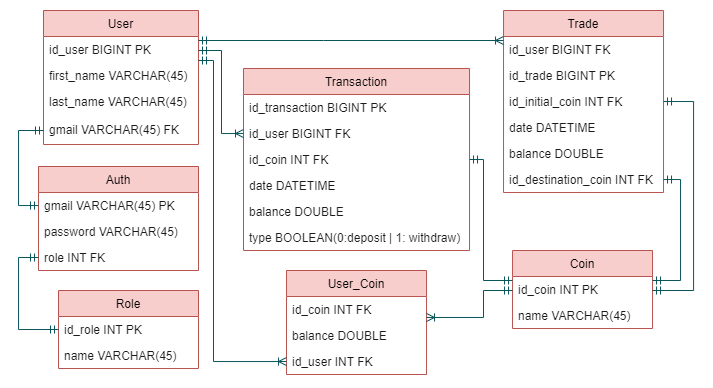
Above: Diagramas/Diagrama Entidad-Relación.png in LeoGrigoriadis/Proyecto-Final-Java (draw.io), before the change. Source tidied: cells renumbered, new cells last; positions are measured from the earlier drawing's top-left corner, leaving out a move shared by most shapes.
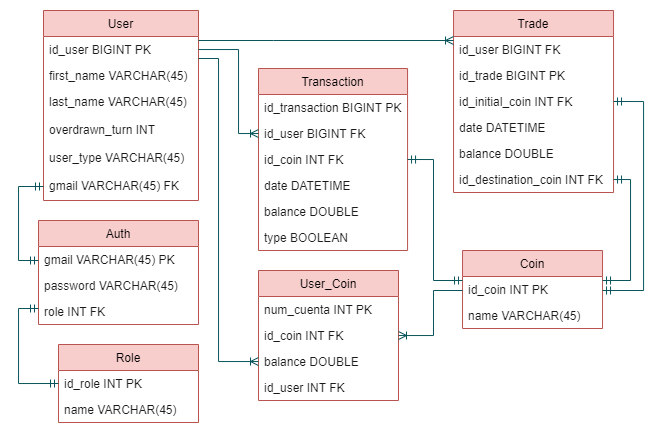
After the change.

Commit message:
Cambio final en el Diagrama Entidad-Relación

atributos nuevos en Entidad User y User_Coin

Diff of the diagram source:
```diff
@@ -3,7 +3,7 @@
     <mxCell id="0" />
     <mxCell id="1" parent="0" />
     <mxCell id="2" value="Auth" style="swimlane;fontStyle=0;horizontal=1;startSize=26;fillColor=#f8cecc;strokeColor=#b85450;swimlaneFillColor=default;" parent="1" vertex="1">
-      <mxGeometry x="20" y="156" width="160" height="104" as="geometry" />
+      <mxGeometry x="70" y="210" width="160" height="104" as="geometry" />
     </mxCell>
     <mxCell id="3" value="gmail VARCHAR(45) PK" style="text;strokeColor=none;fillColor=none;align=left;verticalAlign=top;spacingLeft=4;spacingRight=4;overflow=hidden;points=[[0,0.5],[1,0.5]];portConstraint=eastwest;fontColor=#1A1A1A;" parent="2" vertex="1">
       <mxGeometry y="26" width="160" height="26" as="geometry" />
@@ -15,7 +15,7 @@
       <mxGeometry y="78" width="160" height="26" as="geometry" />
     </mxCell>
     <mxCell id="6" value="Role" style="swimlane;fontStyle=0;horizontal=1;startSize=26;fillColor=#f8cecc;strokeColor=#b85450;swimlaneFillColor=default;" parent="1" vertex="1">
-      <mxGeometry x="40" y="280" width="140" height="78" as="geometry" />
+      <mxGeometry x="90" y="334" width="140" height="78" as="geometry" />
     </mxCell>
     <mxCell id="7" value="id_role INT PK" style="text;strokeColor=none;fillColor=none;align=left;verticalAlign=top;spacingLeft=4;spacingRight=4;overflow=hidden;points=[[0,0.5],[1,0.5]];portConstraint=eastwest;fontColor=#1A1A1A;" parent="6" vertex="1">
       <mxGeometry y="26" width="140" height="26" as="geometry" />
@@ -24,7 +24,7 @@
       <mxGeometry y="52" width="140" height="26" as="geometry" />
     </mxCell>
     <mxCell id="9" value="User" style="swimlane;fontStyle=0;horizontal=1;startSize=26;fillColor=#f8cecc;strokeColor=#b85450;swimlaneFillColor=default;" parent="1" vertex="1">
-      <mxGeometry x="25" width="155" height="134" as="geometry" />
+      <mxGeometry x="75" width="155" height="190" as="geometry" />
     </mxCell>
     <mxCell id="10" value="id_user BIGINT PK" style="text;strokeColor=none;fillColor=none;align=left;verticalAlign=top;spacingLeft=4;spacingRight=4;overflow=hidden;points=[[0,0.5],[1,0.5]];portConstraint=eastwest;fontColor=#1A1A1A;" parent="9" vertex="1">
       <mxGeometry y="26" width="155" height="26" as="geometry" />
@@ -35,8 +35,14 @@
     <mxCell id="12" value="last_name VARCHAR(45)" style="text;strokeColor=none;fillColor=none;align=left;verticalAlign=top;spacingLeft=4;spacingRight=4;overflow=hidden;fontColor=#1A1A1A;" parent="9" vertex="1">
       <mxGeometry y="78" width="155" height="28" as="geometry" />
     </mxCell>
+    <mxCell id="44" value="overdrawn_turn INT " style="text;strokeColor=none;fillColor=none;align=left;verticalAlign=top;spacingLeft=4;spacingRight=4;overflow=hidden;fontColor=#1A1A1A;" parent="9" vertex="1">
+      <mxGeometry y="106" width="155" height="28" as="geometry" />
+    </mxCell>
+    <mxCell id="45" value="user_type VARCHAR(45)" style="text;strokeColor=none;fillColor=none;align=left;verticalAlign=top;spacingLeft=4;spacingRight=4;overflow=hidden;fontColor=#1A1A1A;" parent="9" vertex="1">
+      <mxGeometry y="134" width="155" height="28" as="geometry" />
+    </mxCell>
     <mxCell id="13" value="gmail VARCHAR(45) FK" style="text;strokeColor=none;fillColor=none;align=left;verticalAlign=top;spacingLeft=4;spacingRight=4;overflow=hidden;points=[[0,0.5],[1,0.5]];portConstraint=eastwest;fontColor=#1A1A1A;" parent="9" vertex="1">
-      <mxGeometry y="106" width="155" height="28" as="geometry" />
+      <mxGeometry y="162" width="155" height="28" as="geometry" />
     </mxCell>
     <mxCell id="14" value="Coin" style="swimlane;fontStyle=0;horizontal=1;startSize=26;fillColor=#f8cecc;strokeColor=#b85450;swimlaneFillColor=default;" parent="1" vertex="1">
       <mxGeometry x="494" y="240" width="140" height="78" as="geometry" />
@@ -48,37 +54,40 @@
       <mxGeometry y="52" width="140" height="26" as="geometry" />
     </mxCell>
     <mxCell id="17" value="Transaction" style="swimlane;fontStyle=0;horizontal=1;startSize=26;fillColor=#f8cecc;strokeColor=#b85450;swimlaneFillColor=default;" parent="1" vertex="1">
-      <mxGeometry x="225" y="58" width="226" height="182" as="geometry" />
+      <mxGeometry x="290" y="58" width="149.1" height="182" as="geometry" />
     </mxCell>
     <mxCell id="18" value="id_transaction BIGINT PK" style="text;strokeColor=none;fillColor=none;align=left;verticalAlign=top;spacingLeft=4;spacingRight=4;overflow=hidden;fontColor=#1A1A1A;" parent="17" vertex="1">
-      <mxGeometry y="26" width="226" height="26" as="geometry" />
+      <mxGeometry y="26" width="149.1" height="26" as="geometry" />
     </mxCell>
     <mxCell id="19" value="id_user BIGINT FK" style="text;strokeColor=none;fillColor=none;align=left;verticalAlign=top;spacingLeft=4;spacingRight=4;overflow=hidden;points=[[0,0.5],[1,0.5]];portConstraint=eastwest;fontColor=#1A1A1A;" parent="17" vertex="1">
-      <mxGeometry y="52" width="226" height="26" as="geometry" />
+      <mxGeometry y="52" width="149.1" height="26" as="geometry" />
     </mxCell>
     <mxCell id="20" value="id_coin INT FK" style="text;strokeColor=none;fillColor=none;align=left;verticalAlign=top;spacingLeft=4;spacingRight=4;overflow=hidden;points=[[0,0.5],[1,0.5]];portConstraint=eastwest;fontColor=#1A1A1A;" parent="17" vertex="1">
-      <mxGeometry y="78" width="226" height="26" as="geometry" />
+      <mxGeometry y="78" width="149.1" height="26" as="geometry" />
     </mxCell>
     <mxCell id="21" value="date DATETIME" style="text;strokeColor=none;fillColor=none;align=left;verticalAlign=top;spacingLeft=4;spacingRight=4;overflow=hidden;fontColor=#1A1A1A;" parent="17" vertex="1">
-      <mxGeometry y="104" width="226" height="26" as="geometry" />
+      <mxGeometry y="104" width="149.1" height="26" as="geometry" />
     </mxCell>
     <mxCell id="22" value="balance DOUBLE" style="text;strokeColor=none;fillColor=none;align=left;verticalAlign=top;spacingLeft=4;spacingRight=4;overflow=hidden;fontColor=#1A1A1A;" parent="17" vertex="1">
-      <mxGeometry y="130" width="226" height="26" as="geometry" />
+      <mxGeometry y="130" width="149.1" height="26" as="geometry" />
     </mxCell>
-    <mxCell id="23" value="type BOOLEAN(0:deposit | 1: withdraw)" style="text;strokeColor=none;fillColor=none;align=left;verticalAlign=top;spacingLeft=4;spacingRight=4;overflow=hidden;fontColor=#1A1A1A;" parent="17" vertex="1">
-      <mxGeometry y="156" width="226" height="26" as="geometry" />
+    <mxCell id="23" value="type BOOLEAN " style="text;strokeColor=none;fillColor=none;align=left;verticalAlign=top;spacingLeft=4;spacingRight=4;overflow=hidden;fontColor=#1A1A1A;" parent="17" vertex="1">
+      <mxGeometry y="156" width="149.1" height="26" as="geometry" />
     </mxCell>
     <mxCell id="24" value="User_Coin" style="swimlane;fontStyle=0;horizontal=1;startSize=26;fillColor=#f8cecc;strokeColor=#b85450;swimlaneFillColor=default;" parent="1" vertex="1">
-      <mxGeometry x="268" y="260" width="140" height="104" as="geometry" />
+      <mxGeometry x="290" y="260" width="140" height="130" as="geometry" />
     </mxCell>
+    <mxCell id="46" value="num_cuenta INT PK" style="text;strokeColor=none;fillColor=none;align=left;verticalAlign=top;spacingLeft=4;spacingRight=4;overflow=hidden;fontColor=#1A1A1A;" parent="24" vertex="1">
+      <mxGeometry y="26" width="140" height="26" as="geometry" />
+    </mxCell>
     <mxCell id="25" value="id_coin INT FK" style="text;strokeColor=none;fillColor=none;align=left;verticalAlign=top;spacingLeft=4;spacingRight=4;overflow=hidden;points=[[0,0.5],[1,0.5]];portConstraint=eastwest;fontColor=#1A1A1A;" parent="24" vertex="1">
-      <mxGeometry y="26" width="140" height="26" as="geometry" />
+      <mxGeometry y="52" width="140" height="26" as="geometry" />
     </mxCell>
     <mxCell id="26" value="balance DOUBLE" style="text;strokeColor=none;fillColor=none;align=left;verticalAlign=top;spacingLeft=4;spacingRight=4;overflow=hidden;points=[[0,0.5],[1,0.5]];portConstraint=eastwest;fontColor=#1A1A1A;" parent="24" vertex="1">
-      <mxGeometry y="52" width="140" height="26" as="geometry" />
+      <mxGeometry y="78" width="140" height="26" as="geometry" />
     </mxCell>
     <mxCell id="27" value="id_user INT FK" style="text;strokeColor=none;fillColor=none;align=left;verticalAlign=top;spacingLeft=4;spacingRight=4;overflow=hidden;points=[[0,0.5],[1,0.5]];portConstraint=eastwest;fontColor=#1A1A1A;" parent="24" vertex="1">
-      <mxGeometry y="78" width="140" height="26" as="geometry" />
+      <mxGeometry y="104" width="140" height="26" as="geometry" />
     </mxCell>
     <mxCell id="28" value="Trade" style="swimlane;fontStyle=0;horizontal=1;startSize=26;fillColor=#f8cecc;strokeColor=#b85450;swimlaneFillColor=default;" parent="1" vertex="1">
       <mxGeometry x="485" width="160" height="182" as="geometry" />
@@ -117,15 +126,15 @@
         </Array>
       </mxGeometry>
     </mxCell>
-    <mxCell id="37" style="edgeStyle=orthogonalEdgeStyle;fontSize=12;html=1;endArrow=ERmandOne;startArrow=ERoneToMany;rounded=0;strokeColor=#09555B;fontColor=#1A1A1A;startFill=0;" parent="1" edge="1" source="19" target="10">
+    <mxCell id="37" style="edgeStyle=orthogonalEdgeStyle;fontSize=12;html=1;endArrow=none;startArrow=ERoneToMany;rounded=0;strokeColor=#09555B;fontColor=#1A1A1A;startFill=0;endFill=0;" parent="1" edge="1" source="19" target="10">
       <mxGeometry relative="1" as="geometry">
         <Array as="points">
-          <mxPoint x="203" y="123" />
-          <mxPoint x="203" y="40" />
+          <mxPoint x="270" y="123" />
+          <mxPoint x="270" y="39" />
         </Array>
       </mxGeometry>
     </mxCell>
-    <mxCell id="38" style="edgeStyle=orthogonalEdgeStyle;fontSize=12;html=1;endArrow=ERoneToMany;startArrow=ERmandOne;rounded=0;strokeColor=#09555B;fontColor=#1A1A1A;endFill=0;" parent="1" edge="1" source="10" target="29">
+    <mxCell id="38" style="edgeStyle=orthogonalEdgeStyle;fontSize=12;html=1;endArrow=ERoneToMany;startArrow=none;rounded=0;strokeColor=#09555B;fontColor=#1A1A1A;endFill=0;startFill=0;" parent="1" edge="1" source="10" target="29">
       <mxGeometry relative="1" as="geometry">
         <Array as="points">
           <mxPoint x="305" y="30" />
@@ -133,35 +142,35 @@
         </Array>
       </mxGeometry>
     </mxCell>
-    <mxCell id="39" style="edgeStyle=orthogonalEdgeStyle;fontSize=12;html=1;endArrow=ERmandOne;startArrow=ERmandOne;rounded=0;entryX=0;entryY=0.5;entryDx=0;entryDy=0;strokeColor=#09555B;fontColor=#1A1A1A;exitX=0;exitY=0.5;exitDx=0;exitDy=0;" parent="1" edge="1" source="5" target="7">
+    <mxCell id="39" style="edgeStyle=orthogonalEdgeStyle;fontSize=12;html=1;endArrow=ERmandOne;startArrow=ERmandOne;rounded=0;entryX=0;entryY=0.5;entryDx=0;entryDy=0;strokeColor=#09555B;fontColor=#1A1A1A;" parent="1" edge="1" source="5" target="7">
       <mxGeometry relative="1" as="geometry">
         <Array as="points">
-          <mxPoint y="247" />
-          <mxPoint y="319" />
+          <mxPoint x="50" y="298" />
+          <mxPoint x="50" y="373" />
         </Array>
       </mxGeometry>
     </mxCell>
-    <mxCell id="40" style="edgeStyle=orthogonalEdgeStyle;fontSize=12;html=1;endArrow=ERmandOne;startArrow=ERmandOne;rounded=0;entryX=0;entryY=0.5;entryDx=0;entryDy=0;strokeColor=#09555B;fontColor=#1A1A1A;" parent="1" edge="1" source="3" target="13">
+    <mxCell id="40" style="edgeStyle=orthogonalEdgeStyle;fontSize=12;html=1;endArrow=ERmandOne;startArrow=ERmandOne;rounded=0;strokeColor=#09555B;fontColor=#1A1A1A;" parent="1" edge="1" source="3" target="13">
       <mxGeometry relative="1" as="geometry">
         <Array as="points">
-          <mxPoint y="195" />
-          <mxPoint y="120" />
+          <mxPoint x="50" y="250" />
+          <mxPoint x="50" y="176" />
         </Array>
       </mxGeometry>
     </mxCell>
-    <mxCell id="41" style="edgeStyle=orthogonalEdgeStyle;fontSize=12;html=1;endArrow=ERoneToMany;rounded=0;strokeColor=#09555B;fontColor=#1A1A1A;startArrow=ERmandOne;startFill=0;" parent="1" edge="1" source="10" target="27">
+    <mxCell id="41" style="edgeStyle=orthogonalEdgeStyle;fontSize=12;html=1;endArrow=ERoneToMany;rounded=0;strokeColor=#09555B;fontColor=#1A1A1A;startArrow=none;startFill=0;" parent="1" edge="1" source="10" target="26">
       <mxGeometry relative="1" as="geometry">
         <Array as="points">
-          <mxPoint x="195" y="50" />
-          <mxPoint x="195" y="351" />
+          <mxPoint x="250" y="48" />
+          <mxPoint x="250" y="351" />
         </Array>
       </mxGeometry>
     </mxCell>
-    <mxCell id="42" style="edgeStyle=orthogonalEdgeStyle;fontSize=12;html=1;endArrow=ERoneToMany;rounded=0;strokeColor=#09555B;fontColor=#1A1A1A;startArrow=ERmandOne;startFill=0;" parent="1" edge="1" source="15" target="25">
+    <mxCell id="42" style="edgeStyle=orthogonalEdgeStyle;fontSize=12;html=1;endArrow=ERoneToMany;rounded=0;strokeColor=#09555B;fontColor=#1A1A1A;startArrow=none;startFill=0;" parent="1" edge="1" source="15" target="25">
       <mxGeometry relative="1" as="geometry">
         <Array as="points">
           <mxPoint x="465" y="280" />
-          <mxPoint x="465" y="307" />
+          <mxPoint x="465" y="325" />
         </Array>
       </mxGeometry>
     </mxCell>
```
